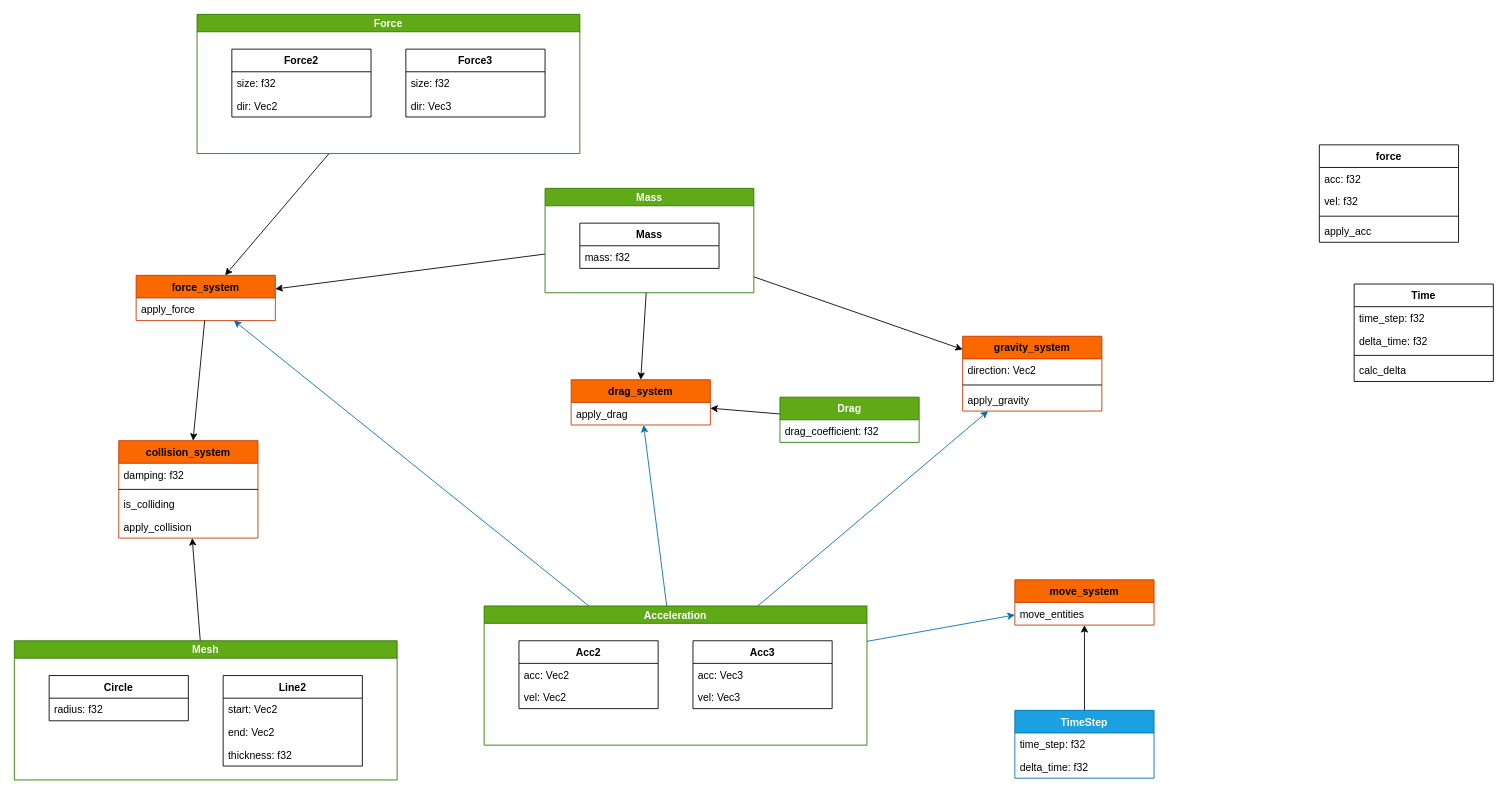
This is uml.drawio from philipandwaffle/physics_engine, a draw.io file, before an edit. Source tidied: cells renumbered, new cells numbered last; positions are measured from the earlier drawing's top-left corner, leaving out a move shared by most shapes. Both pictures are drawn from the tidied source at 87%, with x=0, y=0 at pixel (14, 14).
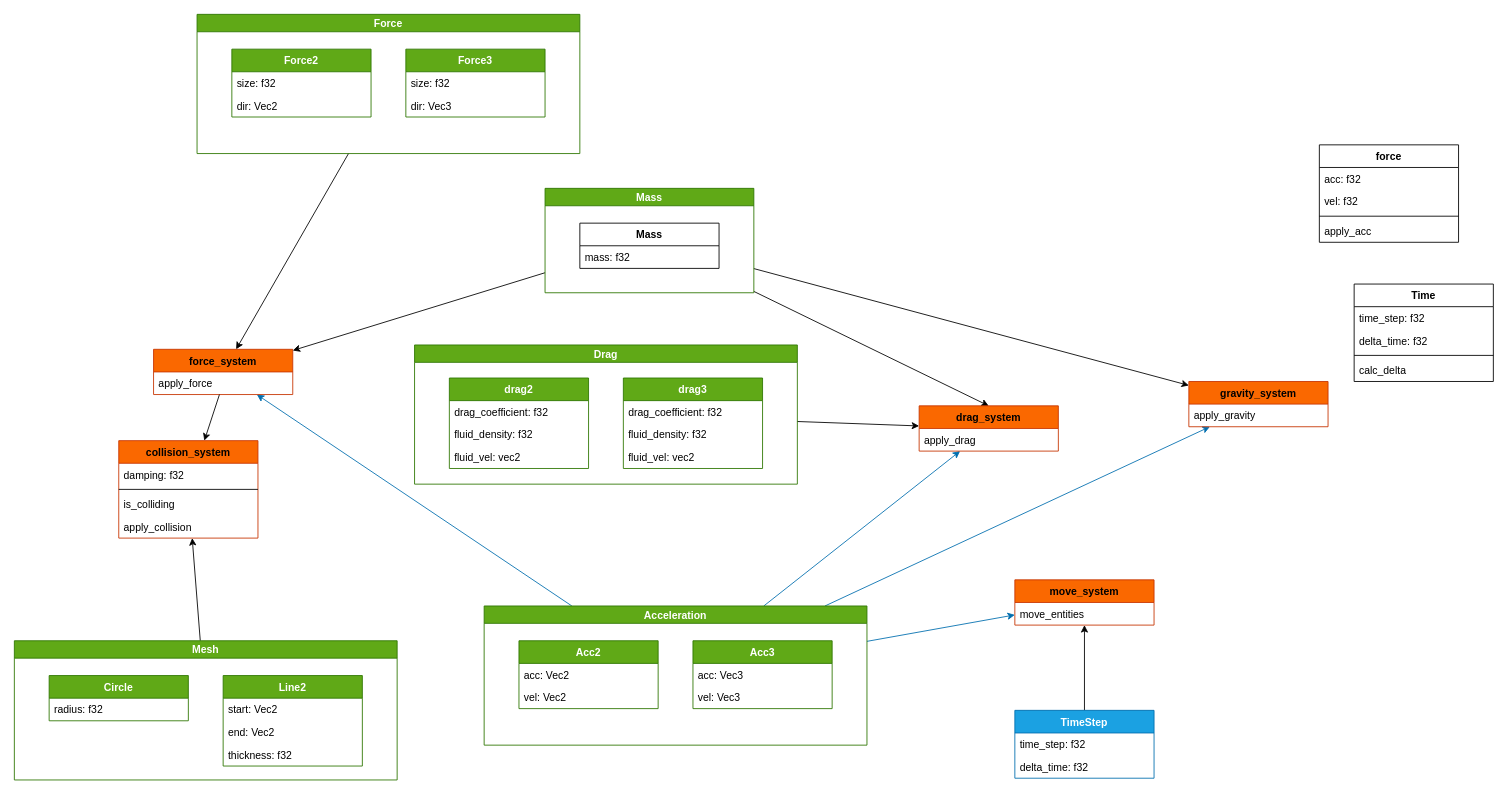
The same page after the edit.

Commit message (it also covers changes not shown here):
finished drag, started adding gravity

Unchanged cells that the change refers to:
```xml
<mxCell id="16" value="Force" style="swimlane;startSize=20;fillColor=#60a917;fontColor=#ffffff;strokeColor=#2D7600;" parent="1" vertex="1">
  <mxGeometry x="210" width="440" height="160" as="geometry" />
</mxCell>
<mxCell id="26" value="Acceleration" style="swimlane;startSize=20;fillColor=#60a917;fontColor=#ffffff;strokeColor=#2D7600;" parent="1" vertex="1">
  <mxGeometry x="540" y="680" width="440" height="160" as="geometry" />
</mxCell>
<mxCell id="34" value="Mesh" style="swimlane;startSize=20;fillColor=#60a917;fontColor=#ffffff;strokeColor=#2D7600;" parent="1" vertex="1">
  <mxGeometry y="720" width="440" height="160" as="geometry" />
</mxCell>
```

The edit, as a diff of the source:
```diff
@@
     <mxCell id="14" value="force_system" style="swimlane;fontStyle=1;align=center;verticalAlign=top;horizontal=1;startSize=26;fillColor=#fa6800;fontColor=#000000;strokeColor=#C73500;" parent="1" vertex="1">
-      <mxGeometry x="140" y="300" width="160" height="52" as="geometry" />
+      <mxGeometry x="160" y="385" width="160" height="52" as="geometry" />
     </mxCell>
@@
-    <mxCell id="17" value="Force2" style="swimlane;fontStyle=1;align=center;verticalAlign=top;horizontal=1;startSize=26;" parent="16" vertex="1">
+    <mxCell id="17" value="Force2" style="swimlane;fontStyle=1;align=center;verticalAlign=top;horizontal=1;startSize=26;fillColor=#60a917;fontColor=#ffffff;strokeColor=#2D7600;" parent="16" vertex="1">
       <mxGeometry x="40" y="40" width="160" height="78" as="geometry" />
     </mxCell>
@@
-    <mxCell id="20" value="Force3" style="swimlane;fontStyle=1;align=center;verticalAlign=top;horizontal=1;startSize=26;" parent="16" vertex="1">
+    <mxCell id="20" value="Force3" style="swimlane;fontStyle=1;align=center;verticalAlign=top;horizontal=1;startSize=26;fillColor=#60a917;fontColor=#ffffff;strokeColor=#2D7600;" parent="16" vertex="1">
       <mxGeometry x="240" y="40" width="160" height="78" as="geometry" />
     </mxCell>
@@
-    <mxCell id="27" value="Acc2" style="swimlane;fontStyle=1;align=center;verticalAlign=top;horizontal=1;startSize=26;" parent="26" vertex="1">
+    <mxCell id="27" value="Acc2" style="swimlane;fontStyle=1;align=center;verticalAlign=top;horizontal=1;startSize=26;fillColor=#60a917;fontColor=#ffffff;strokeColor=#2D7600;" parent="26" vertex="1">
       <mxGeometry x="40" y="40" width="160" height="78" as="geometry" />
     </mxCell>
@@
-    <mxCell id="30" value="Acc3" style="swimlane;fontStyle=1;align=center;verticalAlign=top;horizontal=1;startSize=26;" parent="26" vertex="1">
+    <mxCell id="30" value="Acc3" style="swimlane;fontStyle=1;align=center;verticalAlign=top;horizontal=1;startSize=26;fillColor=#60a917;fontColor=#ffffff;strokeColor=#2D7600;" parent="26" vertex="1">
       <mxGeometry x="240" y="40" width="160" height="78" as="geometry" />
     </mxCell>
@@
-    <mxCell id="35" value="Circle" style="swimlane;fontStyle=1;align=center;verticalAlign=top;horizontal=1;startSize=26;" parent="34" vertex="1">
+    <mxCell id="35" value="Circle" style="swimlane;fontStyle=1;align=center;verticalAlign=top;horizontal=1;startSize=26;fillColor=#60a917;fontColor=#ffffff;strokeColor=#2D7600;" parent="34" vertex="1">
       <mxGeometry x="40" y="40" width="160" height="52" as="geometry" />
     </mxCell>
@@
-    <mxCell id="37" value="Line2" style="swimlane;fontStyle=1;align=center;verticalAlign=top;horizontal=1;startSize=26;" parent="34" vertex="1">
+    <mxCell id="37" value="Line2" style="swimlane;fontStyle=1;align=center;verticalAlign=top;horizontal=1;startSize=26;fillColor=#60a917;fontColor=#ffffff;strokeColor=#2D7600;" parent="34" vertex="1">
       <mxGeometry x="240" y="40" width="160" height="104" as="geometry" />
     </mxCell>
@@
     <mxCell id="49" value="gravity_system" style="swimlane;fontStyle=1;align=center;verticalAlign=top;horizontal=1;startSize=26;fillColor=#fa6800;fontColor=#000000;strokeColor=#C73500;" parent="1" vertex="1">
-      <mxGeometry x="1090" y="370" width="160" height="86" as="geometry" />
+      <mxGeometry x="1350" y="422" width="160" height="52" as="geometry" />
     </mxCell>
-    <mxCell id="50" value="direction: Vec2" style="text;strokeColor=none;fillColor=none;align=left;verticalAlign=top;spacingLeft=4;spacingRight=4;overflow=hidden;" parent="49" vertex="1">
-      <mxGeometry y="26" width="160" height="26" as="geometry" />
-    </mxCell>
-    <mxCell id="51" style="line;strokeWidth=1;fillColor=none;align=left;verticalAlign=middle;spacingTop=-1;spacingLeft=3;spacingRight=3;labelPosition=right;" parent="49" vertex="1">
-      <mxGeometry y="52" width="160" height="8" as="geometry" />
-    </mxCell>
     <mxCell id="52" value="apply_gravity" style="text;strokeColor=none;fillColor=none;align=left;verticalAlign=top;spacingLeft=4;spacingRight=4;overflow=hidden;" parent="49" vertex="1">
-      <mxGeometry y="60" width="160" height="26" as="geometry" />
+      <mxGeometry y="26" width="160" height="26" as="geometry" />
     </mxCell>
@@
-    <mxCell id="64" value="Drag" style="swimlane;fontStyle=1;align=center;verticalAlign=top;horizontal=1;startSize=26;fillColor=#60a917;fontColor=#ffffff;strokeColor=#2D7600;" parent="1" vertex="1">
-      <mxGeometry x="880" y="440" width="160" height="52" as="geometry" />
-    </mxCell>
-    <mxCell id="65" value="drag_coefficient: f32" style="text;strokeColor=none;fillColor=none;align=left;verticalAlign=top;spacingLeft=4;spacingRight=4;overflow=hidden;" parent="64" vertex="1">
-      <mxGeometry y="26" width="160" height="26" as="geometry" />
-    </mxCell>
     <mxCell id="66" value="drag_system" style="swimlane;fontStyle=1;align=center;verticalAlign=top;horizontal=1;startSize=26;fillColor=#fa6800;fontColor=#000000;strokeColor=#C73500;" parent="1" vertex="1">
-      <mxGeometry x="640" y="420" width="160" height="52" as="geometry" />
+      <mxGeometry x="1040" y="450" width="160" height="52" as="geometry" />
     </mxCell>
@@
+    <mxCell id="64" value="Drag" style="swimlane;startSize=20;fillColor=#60a917;fontColor=#ffffff;strokeColor=#2D7600;" parent="1" vertex="1">
+      <mxGeometry x="460" y="380" width="440" height="160" as="geometry" />
+    </mxCell>
+    <mxCell id="68" value="drag2" style="swimlane;fontStyle=1;align=center;verticalAlign=top;horizontal=1;startSize=26;fillColor=#60a917;fontColor=#ffffff;strokeColor=#2D7600;" parent="64" vertex="1">
+      <mxGeometry x="40" y="38" width="160" height="104" as="geometry" />
+    </mxCell>
+    <mxCell id="65" value="drag_coefficient: f32" style="text;strokeColor=none;fillColor=none;align=left;verticalAlign=top;spacingLeft=4;spacingRight=4;overflow=hidden;" parent="68" vertex="1">
+      <mxGeometry y="26" width="160" height="26" as="geometry" />
+    </mxCell>
+    <mxCell id="69" value="fluid_density: f32" style="text;strokeColor=none;fillColor=none;align=left;verticalAlign=top;spacingLeft=4;spacingRight=4;overflow=hidden;" parent="68" vertex="1">
+      <mxGeometry y="52" width="160" height="26" as="geometry" />
+    </mxCell>
+    <mxCell id="70" value="fluid_vel: vec2" style="text;strokeColor=none;fillColor=none;align=left;verticalAlign=top;spacingLeft=4;spacingRight=4;overflow=hidden;" parent="68" vertex="1">
+      <mxGeometry y="78" width="160" height="26" as="geometry" />
+    </mxCell>
+    <mxCell id="71" value="drag3" style="swimlane;fontStyle=1;align=center;verticalAlign=top;horizontal=1;startSize=26;fillColor=#60a917;fontColor=#ffffff;strokeColor=#2D7600;" parent="64" vertex="1">
+      <mxGeometry x="240" y="38" width="160" height="104" as="geometry" />
+    </mxCell>
+    <mxCell id="72" value="drag_coefficient: f32" style="text;strokeColor=none;fillColor=none;align=left;verticalAlign=top;spacingLeft=4;spacingRight=4;overflow=hidden;" parent="71" vertex="1">
+      <mxGeometry y="26" width="160" height="26" as="geometry" />
+    </mxCell>
+    <mxCell id="73" value="fluid_density: f32" style="text;strokeColor=none;fillColor=none;align=left;verticalAlign=top;spacingLeft=4;spacingRight=4;overflow=hidden;" parent="71" vertex="1">
+      <mxGeometry y="52" width="160" height="26" as="geometry" />
+    </mxCell>
+    <mxCell id="74" value="fluid_vel: vec2" style="text;strokeColor=none;fillColor=none;align=left;verticalAlign=top;spacingLeft=4;spacingRight=4;overflow=hidden;" parent="71" vertex="1">
+      <mxGeometry y="78" width="160" height="26" as="geometry" />
+    </mxCell>
```
